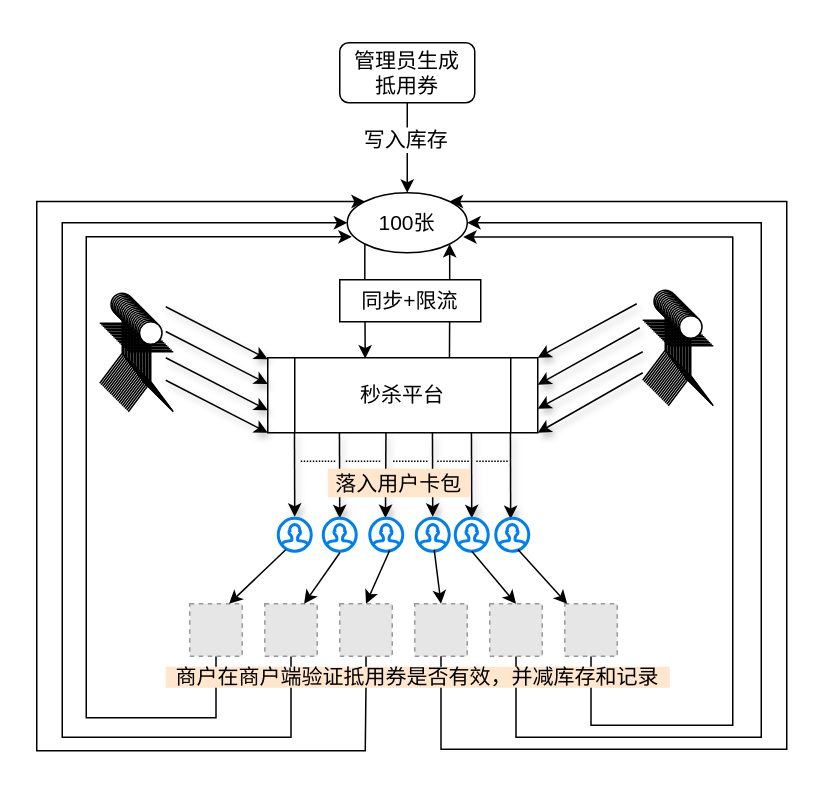
Earlier version of the draw.io diagram 财富中心_抵用券.drawio (szy0syz/draw.io). Source tidied: cells renumbered, new cells numbered last; positions are measured from the earlier drawing's top-left corner, leaving out a move shared by most shapes. Both pictures are drawn from the tidied source at 150%, with x=0, y=0 at pixel (36, 42). Pictures stored in the file or linked from it are replaced by grey dashed boxes.
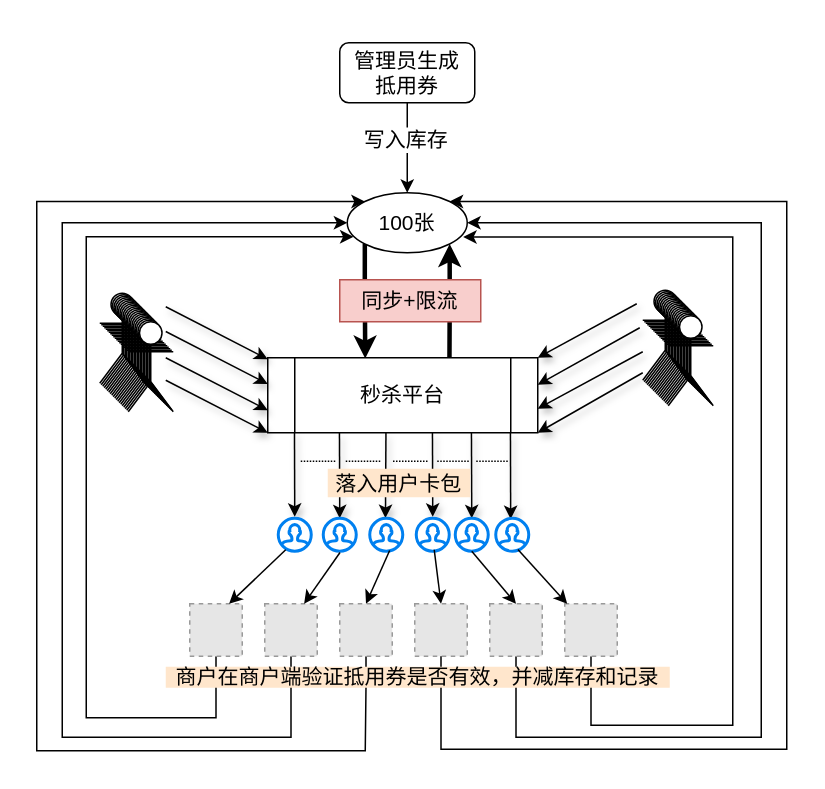
After the change.

Commit message (it also covers changes not shown here):
更新财富中心_抵用券.drawio

The change refers to these unchanged cells:
```xml
<mxCell id="7" value="&lt;font style=&quot;font-size: 14px;&quot;&gt;100张&lt;/font&gt;" style="ellipse;whiteSpace=wrap;html=1;fontSize=14;" parent="1" vertex="1">
  <mxGeometry x="207" y="100" width="80" height="40" as="geometry" />
</mxCell>
<mxCell id="8" value="秒杀平台" style="shape=process;whiteSpace=wrap;html=1;backgroundOutline=1;fontSize=14;" parent="1" vertex="1">
  <mxGeometry x="154" y="210" width="180" height="50" as="geometry" />
</mxCell>
<mxCell id="75" style="fillColor=#E6E6E6;strokeColor=#999999;dashed=1;html=1;verticalAlign=top;verticalLabelPosition=bottom;labelBackgroundColor=#ffffff;fontSize=14;" parent="1" vertex="1">
  <mxGeometry x="102" y="374" width="35" height="35" as="geometry" />
</mxCell>
```

The edit, as a diff of the source:
```diff
@@
-    <mxCell id="5" style="edgeStyle=orthogonalEdgeStyle;rounded=0;jettySize=auto;html=1;exitX=0;exitY=1;exitDx=0;exitDy=0;entryX=0.361;entryY=0.011;entryDx=0;entryDy=0;entryPerimeter=0;fontSize=14;" parent="1" edge="1" source="7" target="8">
+    <mxCell id="5" style="edgeStyle=orthogonalEdgeStyle;rounded=0;jettySize=auto;html=1;exitX=0;exitY=1;exitDx=0;exitDy=0;entryX=0.361;entryY=0.011;entryDx=0;entryDy=0;entryPerimeter=0;fontSize=14;fillColor=#f8cecc;strokeColor=#000000;strokeWidth=3;" parent="1" edge="1" source="7" target="8">
       <mxGeometry relative="1" as="geometry">
         <Array as="points">
           <mxPoint x="219" y="162" />
         </Array>
       </mxGeometry>
     </mxCell>
-    <mxCell id="6" style="edgeStyle=orthogonalEdgeStyle;rounded=0;jettySize=auto;html=1;exitX=1;exitY=1;exitDx=0;exitDy=0;entryX=0.673;entryY=0.017;entryDx=0;entryDy=0;entryPerimeter=0;fontSize=14;horizontal=0;endArrow=none;endFill=0;startArrow=classic;startFill=1;" parent="1" edge="1" source="7" target="8">
+    <mxCell id="6" style="edgeStyle=orthogonalEdgeStyle;rounded=0;jettySize=auto;html=1;exitX=1;exitY=1;exitDx=0;exitDy=0;entryX=0.673;entryY=0.017;entryDx=0;entryDy=0;entryPerimeter=0;fontSize=14;horizontal=0;endArrow=none;endFill=0;startArrow=classic;startFill=1;fillColor=#f8cecc;strokeColor=#000000;strokeWidth=3;" parent="1" edge="1" source="7" target="8">
       <mxGeometry relative="1" as="geometry" />
     </mxCell>
@@
-    <mxCell id="9" value="同步+限流" style="rounded=0;whiteSpace=wrap;html=1;fontSize=14;" parent="1" vertex="1">
+    <mxCell id="9" value="同步+限流" style="rounded=0;whiteSpace=wrap;html=1;fontSize=14;fillColor=#f8cecc;strokeColor=#b85450;" parent="1" vertex="1">
       <mxGeometry x="202" y="158" width="94" height="28" as="geometry" />
     </mxCell>
@@
-    <mxCell id="74" style="edgeStyle=orthogonalEdgeStyle;rounded=0;comic=0;jettySize=auto;html=1;exitX=0.5;exitY=1;exitDx=0;exitDy=0;entryX=0.038;entryY=0.735;entryDx=0;entryDy=0;entryPerimeter=0;shadow=0;startArrow=none;startFill=0;endArrow=classic;endFill=1;fontSize=14;" parent="1" edge="1" source="75" target="7">
+    <mxCell id="74" style="edgeStyle=orthogonalEdgeStyle;rounded=0;comic=0;jettySize=auto;html=1;exitX=0.5;exitY=1;exitDx=0;exitDy=0;entryX=0.052;entryY=0.733;entryDx=0;entryDy=0;entryPerimeter=0;shadow=0;startArrow=none;startFill=0;endArrow=classic;endFill=1;fontSize=14;" parent="1" edge="1" source="75" target="7">
       <mxGeometry relative="1" as="geometry">
         <Array as="points">
           <mxPoint x="120" y="450" />
           <mxPoint x="33" y="450" />
           <mxPoint x="33" y="129" />
         </Array>
       </mxGeometry>
     </mxCell>
```
